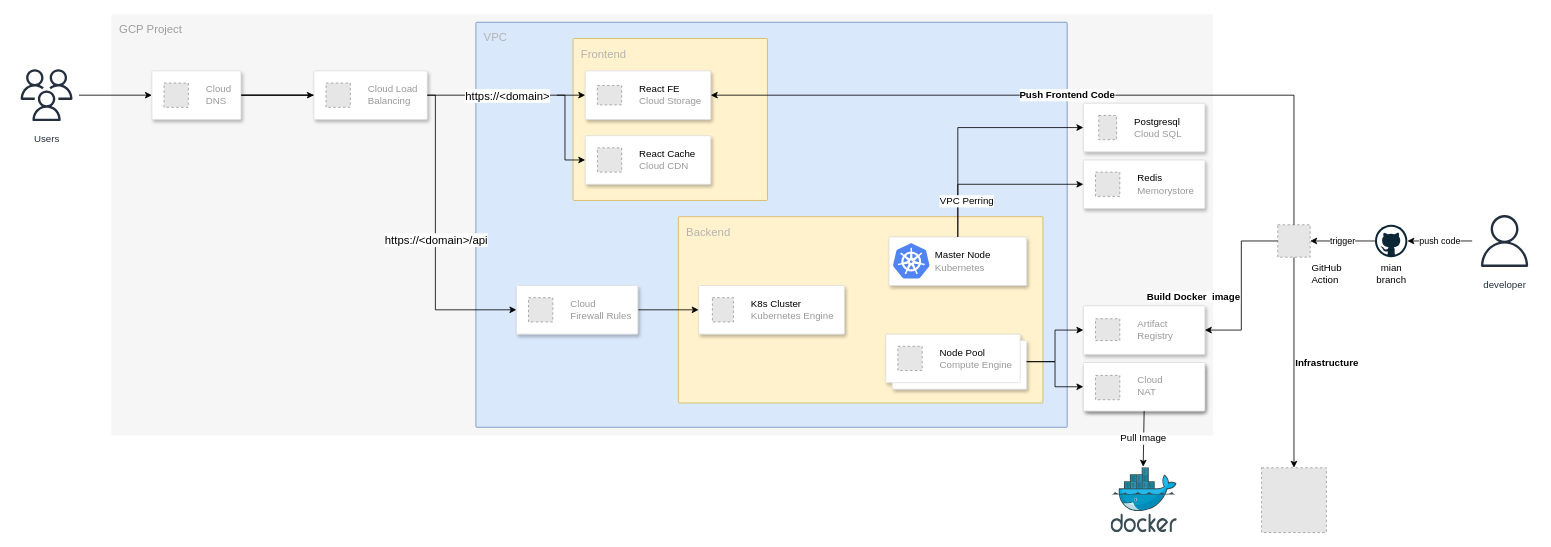
The draw.io diagram docs/architecture.drawio in RulerChen/LoginHub, before the edit. Source tidied: cells renumbered, new cells numbered last; positions are measured from the earlier drawing's top-left corner, leaving out a move shared by most shapes. Both pictures are drawn from the tidied source at 81%, with x=0, y=0 at pixel (14, 14). Pictures stored in the file or linked from it are replaced by grey dashed boxes.
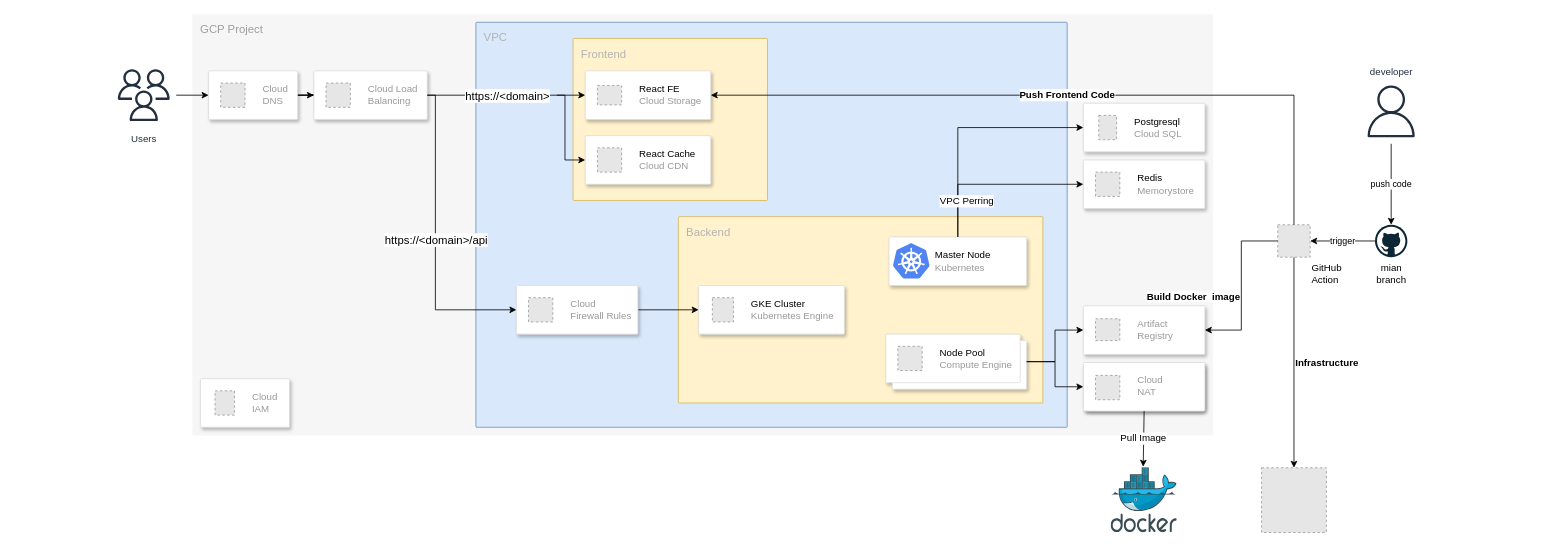
The same diagram, later.

The change refers to these unchanged cells:
```xml
<mxCell id="26" style="strokeColor=#dddddd;shadow=1;strokeWidth=1;rounded=1;absoluteArcSize=1;arcSize=2;" parent="1" vertex="1">
  <mxGeometry x="845" y="335" width="180" height="60" as="geometry" />
</mxCell>
```

Diff of the diagram source:
```diff
@@
     <mxCell id="3" value="Users" style="sketch=0;outlineConnect=0;fontColor=#232F3E;gradientColor=none;strokeColor=#232F3E;fillColor=#ffffff;dashed=0;verticalLabelPosition=bottom;verticalAlign=top;align=center;html=1;fontSize=12;fontStyle=0;shape=mxgraph.aws4.resourceIcon;resIcon=mxgraph.aws4.users;" parent="1" vertex="1">
-      <mxGeometry y="60" width="80" height="80" as="geometry" />
+      <mxGeometry x="120" y="60" width="80" height="80" as="geometry" />
     </mxCell>
     <mxCell id="4" value="&lt;font style=&quot;font-size: 14px;&quot;&gt;GCP Project&lt;/font&gt;" style="sketch=0;rounded=1;absoluteArcSize=1;arcSize=2;html=1;strokeColor=none;gradientColor=none;shadow=0;dashed=0;fontSize=12;fontColor=#9E9E9E;align=left;verticalAlign=top;spacing=10;spacingTop=-4;whiteSpace=wrap;fillColor=#F6F6F6;" parent="1" vertex="1">
-      <mxGeometry x="120" width="1360" height="520" as="geometry" />
+      <mxGeometry x="220" width="1260" height="520" as="geometry" />
     </mxCell>
@@
     <mxCell id="7" style="strokeColor=#dddddd;shadow=1;strokeWidth=1;rounded=1;absoluteArcSize=1;arcSize=2;" parent="1" vertex="1">
-      <mxGeometry x="170" y="70" width="110" height="60" as="geometry" />
+      <mxGeometry x="240" y="70" width="110" height="60" as="geometry" />
     </mxCell>
@@
-    <mxCell id="27" value="&lt;font color=&quot;#000000&quot;&gt;K8s Cluster&lt;/font&gt;&lt;br&gt;Kubernetes Engine" style="fillColor=#E6E6E6;strokeColor=#999999;dashed=1;html=1;fontColor=#999999;verticalLabelPosition=middle;labelBackgroundColor=#ffffff;verticalAlign=middle;labelPosition=right;align=left;spacingLeft=20;" parent="26" vertex="1">
+    <mxCell id="27" value="&lt;font color=&quot;#000000&quot;&gt;GKE Cluster&lt;/font&gt;&lt;br&gt;Kubernetes Engine" style="fillColor=#E6E6E6;strokeColor=#999999;dashed=1;html=1;fontColor=#999999;verticalLabelPosition=middle;labelBackgroundColor=#ffffff;verticalAlign=middle;labelPosition=right;align=left;spacingLeft=20;" parent="26" vertex="1">
       <mxGeometry width="26" height="30" relative="1" as="geometry">
         <mxPoint x="17" y="15" as="offset" />
       </mxGeometry>
     </mxCell>
@@
-    <mxCell id="50" value="developer" style="sketch=0;outlineConnect=0;fontColor=#232F3E;gradientColor=none;strokeColor=#232F3E;fillColor=#ffffff;dashed=0;verticalLabelPosition=bottom;verticalAlign=top;align=center;html=1;fontSize=12;fontStyle=0;shape=mxgraph.aws4.resourceIcon;resIcon=mxgraph.aws4.user;" parent="1" vertex="1">
-      <mxGeometry x="1800" y="240" width="80" height="80" as="geometry" />
+    <mxCell id="50" value="developer" style="sketch=0;outlineConnect=0;fontColor=#232F3E;gradientColor=none;strokeColor=#232F3E;fillColor=#ffffff;dashed=0;verticalLabelPosition=top;verticalAlign=bottom;align=center;html=1;fontSize=12;fontStyle=0;shape=mxgraph.aws4.resourceIcon;resIcon=mxgraph.aws4.user;labelPosition=center;" parent="1" vertex="1">
+      <mxGeometry x="1660" y="80" width="80" height="80" as="geometry" />
     </mxCell>
@@
+    <mxCell id="60" style="strokeColor=#dddddd;shadow=1;strokeWidth=1;rounded=1;absoluteArcSize=1;arcSize=2;" parent="1" vertex="1">
+      <mxGeometry x="230" y="450" width="110" height="60" as="geometry" />
+    </mxCell>
+    <mxCell id="61" value="Cloud&#10;IAM" style="fillColor=#E6E6E6;strokeColor=#999999;dashed=1;html=1;fontColor=#999999;verticalLabelPosition=middle;labelBackgroundColor=#ffffff;verticalAlign=middle;labelPosition=right;align=left;spacingLeft=20;" parent="60" vertex="1">
+      <mxGeometry width="24" height="30" relative="1" as="geometry">
+        <mxPoint x="18" y="15" as="offset" />
+      </mxGeometry>
+    </mxCell>
```
